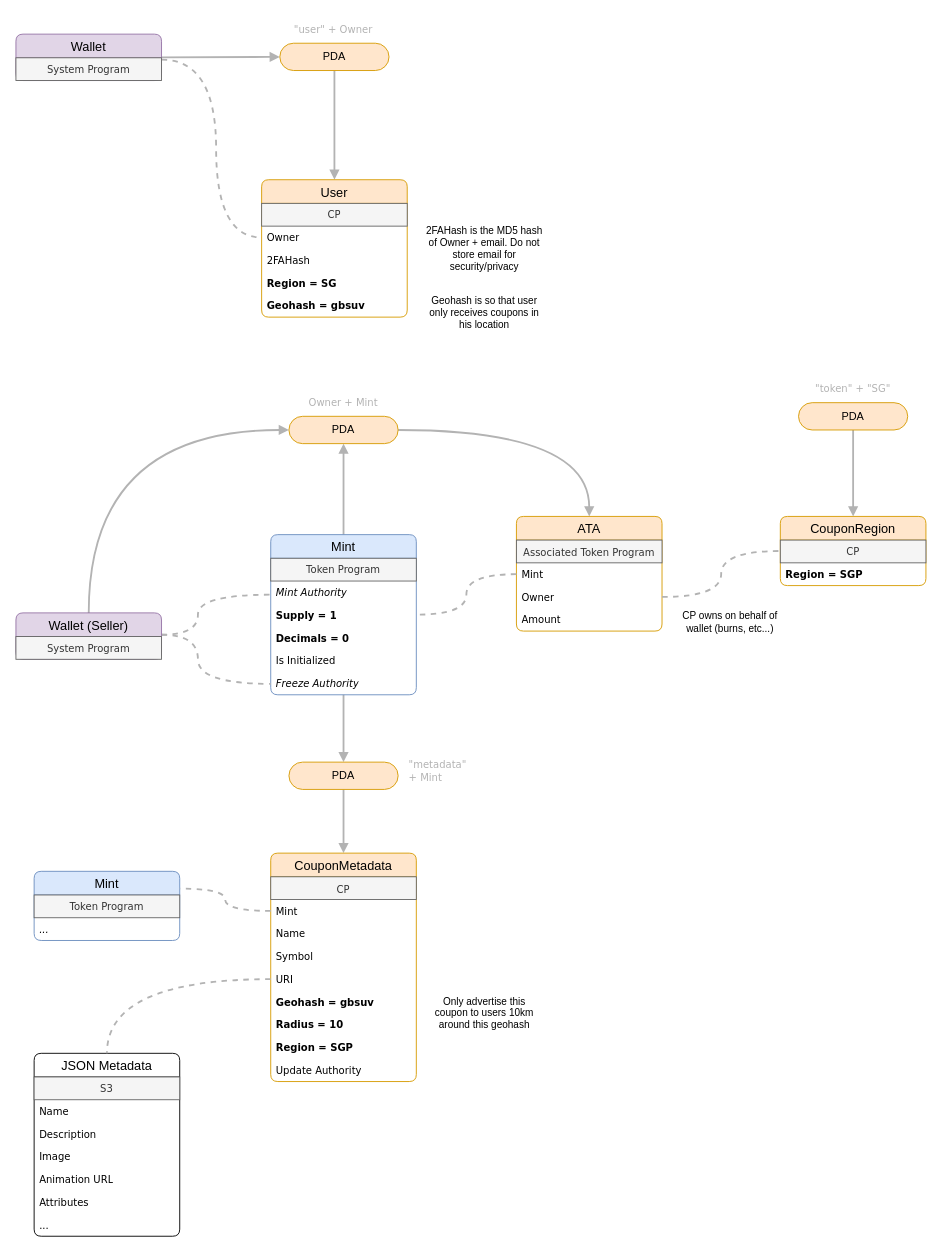
This is RFCs/accounts.drawio from HMXHIU/christmas, a draw.io file, before an edit. Source tidied: cells renumbered, new cells numbered last; positions are measured from the earlier drawing's top-left corner, leaving out a move shared by most shapes. Both pictures are drawn from the tidied source at 91%, with x=0, y=0 at pixel (15, 15).
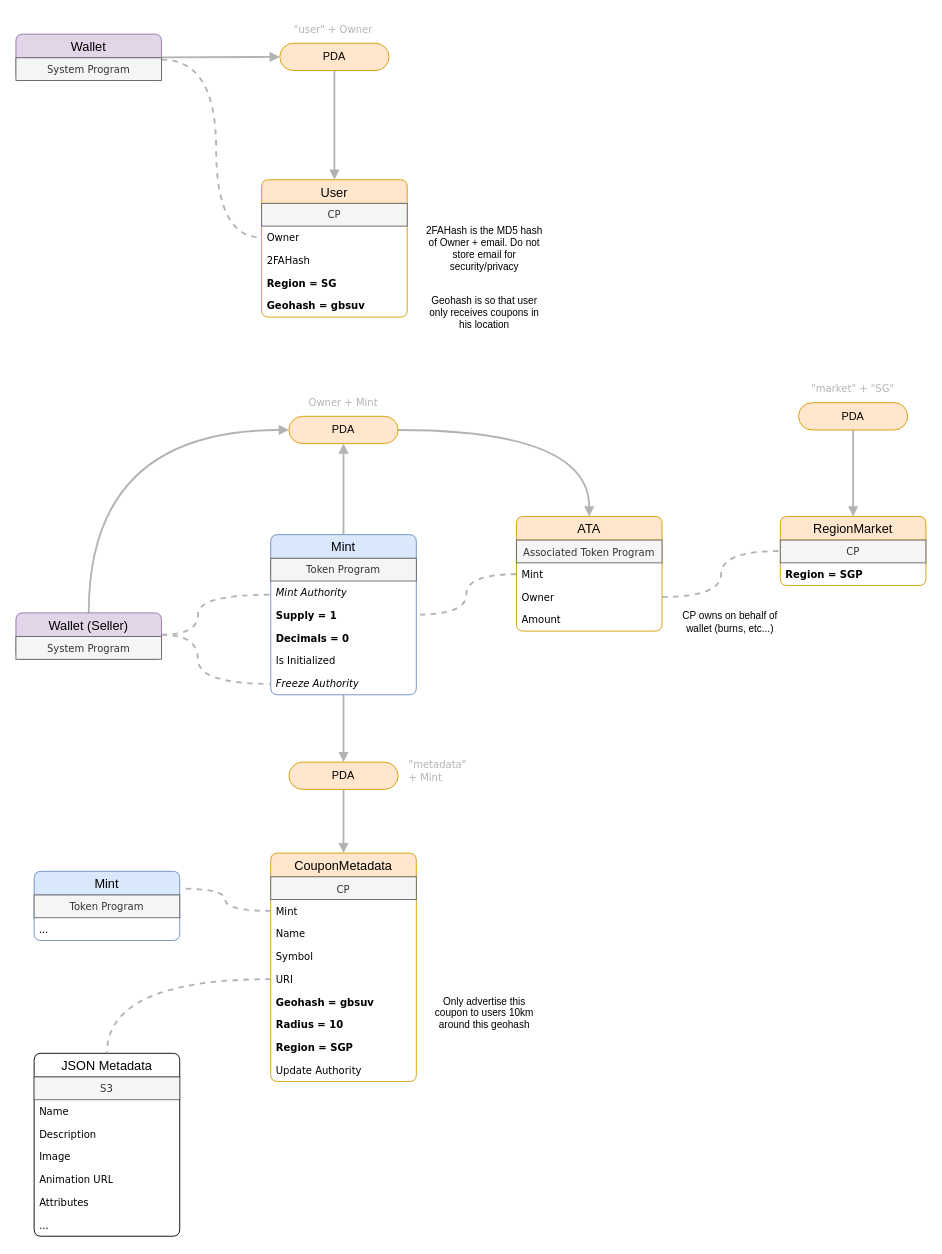
The same page after the edit.

Commit message (it also covers changes not shown here):
CP-005-6: Add mint_to_market

Change to the diagram source:
```diff
@@
-    <mxCell id="38" value="CouponRegion" style="swimlane;fontStyle=0;horizontal=1;startSize=26;align=center;fontSize=14;fillColor=#ffe6cc;strokeColor=#d79b00;arcSize=10;rounded=1;fontColor=#000000;" parent="1" vertex="1">
+    <mxCell id="38" value="RegionMarket" style="swimlane;fontStyle=0;horizontal=1;startSize=26;align=center;fontSize=14;fillColor=#ffe6cc;strokeColor=#d79b00;arcSize=10;rounded=1;fontColor=#000000;" parent="1" vertex="1">
       <mxGeometry x="840" y="550" width="160" height="76" as="geometry" />
     </mxCell>
@@
-    <mxCell id="45" value="&quot;token&quot; + &quot;SG&quot;" style="text;html=1;strokeColor=none;fillColor=none;align=center;verticalAlign=middle;whiteSpace=wrap;rounded=0;fontFamily=Verdana;fontColor=#B3B3B3;fontStyle=0;fontSize=11;" parent="1" vertex="1">
+    <mxCell id="45" value="&quot;market&quot; + &quot;SG&quot;" style="text;html=1;strokeColor=none;fillColor=none;align=center;verticalAlign=middle;whiteSpace=wrap;rounded=0;fontFamily=Verdana;fontColor=#B3B3B3;fontStyle=0;fontSize=11;" parent="1" vertex="1">
       <mxGeometry x="872" y="395" width="96" height="30" as="geometry" />
     </mxCell>
```
